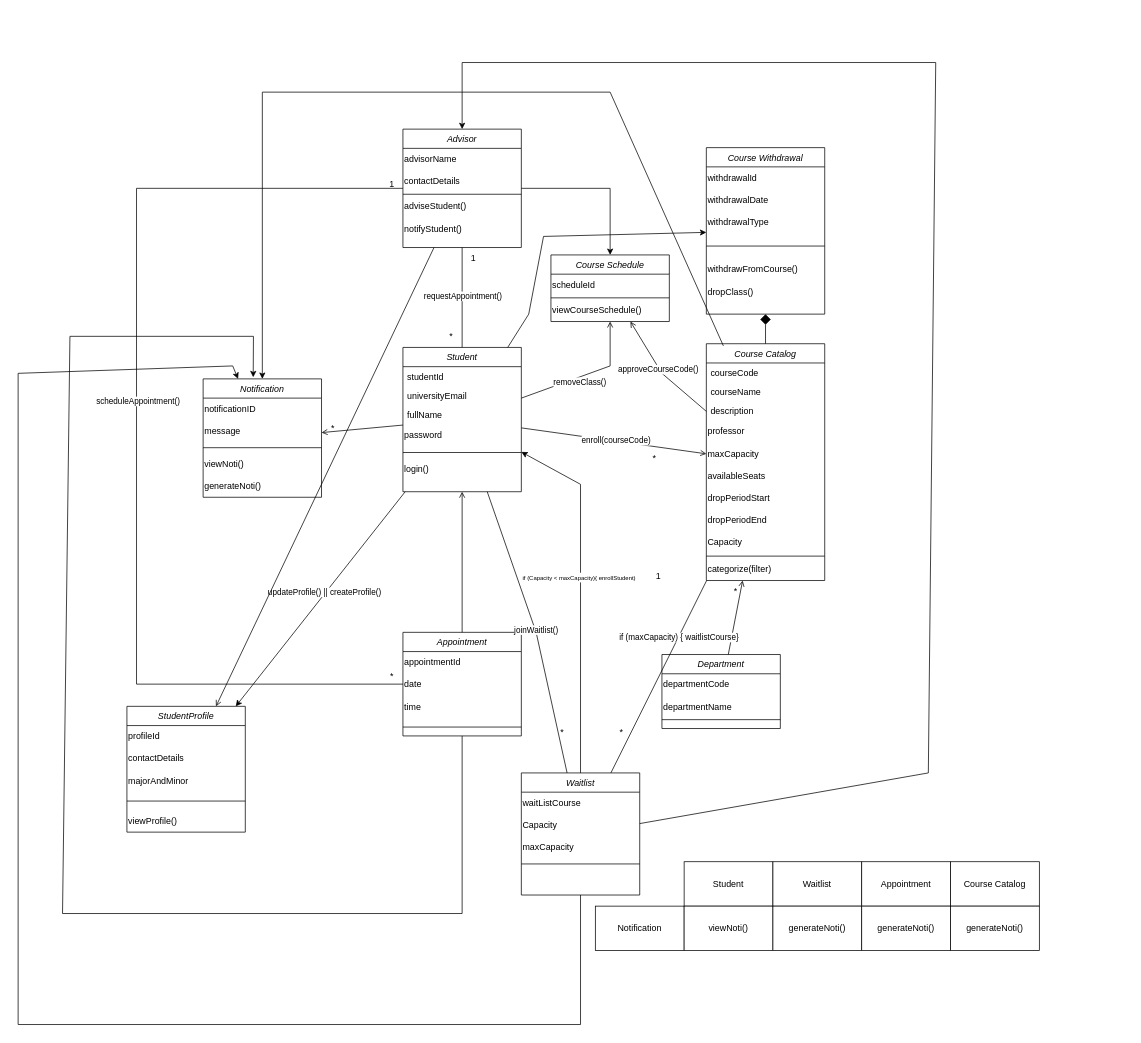
This is Assignment 1.drawio from sirfan123/1530, a draw.io file, before an edit. Source tidied: cells renumbered, new cells numbered last; positions are measured from the earlier drawing's top-left corner, leaving out a move shared by most shapes. Both pictures are drawn from the tidied source at 74%, with x=0, y=0 at pixel (18, 62).
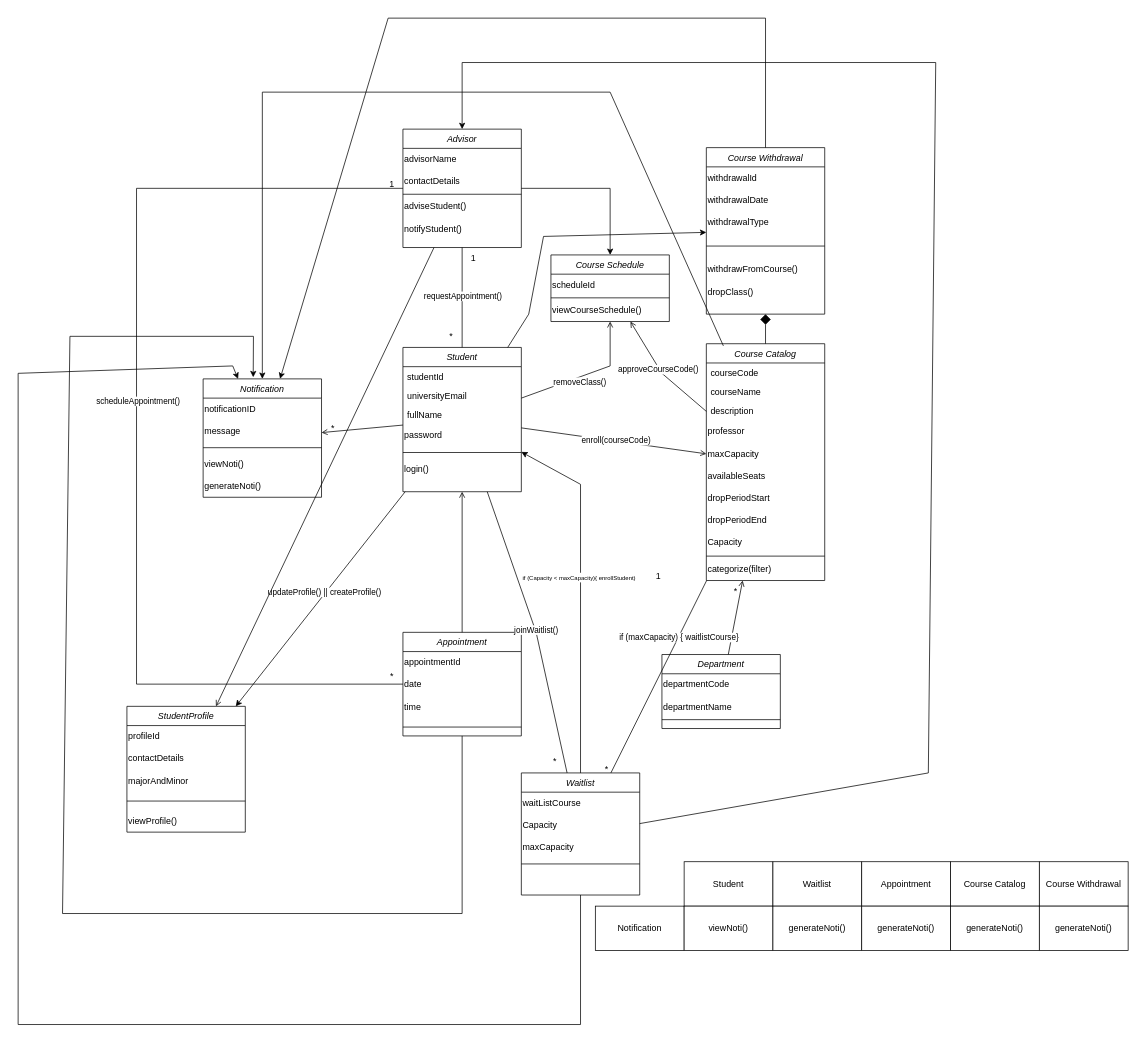
The same page after the edit.

Unchanged cells that the change refers to:
```xml
<mxCell id="45" value="Notification" style="swimlane;fontStyle=2;align=center;verticalAlign=top;horizontal=1;startSize=26;rounded=0;shadow=0;strokeWidth=1;" parent="1" vertex="1">
  <mxGeometry x="250" y="427.5" width="160" height="160" as="geometry" />
</mxCell>
<mxCell id="79" value="Course Withdrawal" style="swimlane;fontStyle=2;align=center;verticalAlign=top;horizontal=1;startSize=26;rounded=0;shadow=0;strokeWidth=1;" parent="1" vertex="1">
  <mxGeometry x="930" y="115" width="160" height="225" as="geometry" />
</mxCell>
```

The edit, as a diff of the source:
```diff
@@
-    <mxCell id="60" value="*" style="text;html=1;strokeColor=none;fillColor=none;align=center;verticalAlign=middle;whiteSpace=wrap;rounded=0;" parent="1" vertex="1">
-      <mxGeometry x="830" y="520" width="60" height="30" as="geometry" />
-    </mxCell>
@@
     <mxCell id="71" value="*" style="text;html=1;align=center;verticalAlign=middle;strokeColor=none;fillColor=none;" parent="1" vertex="1">
-      <mxGeometry x="720" y="890" width="30" height="30" as="geometry" />
+      <mxGeometry x="710" y="930" width="30" height="30" as="geometry" />
     </mxCell>
@@
     <mxCell id="94" value="*" style="text;html=1;align=center;verticalAlign=middle;strokeColor=none;fillColor=none;" parent="1" vertex="1">
-      <mxGeometry x="800" y="890" width="30" height="30" as="geometry" />
+      <mxGeometry x="780" y="940" width="30" height="30" as="geometry" />
     </mxCell>
@@
+    <mxCell id="112" style="endArrow=classic;html=1;rounded=0;" parent="1" edge="1" source="79" target="45">
+      <mxGeometry relative="1" as="geometry">
+        <Array as="points">
+          <mxPoint x="1010" y="-60" />
+          <mxPoint x="500" y="-60" />
+        </Array>
+      </mxGeometry>
+    </mxCell>
+    <mxCell id="113" value="Course Withdrawal" style="whiteSpace=wrap;html=1;" parent="1" vertex="1">
+      <mxGeometry x="1380" y="1080" width="120" height="60" as="geometry" />
+    </mxCell>
+    <mxCell id="114" value="generateNoti()" style="whiteSpace=wrap;html=1;" parent="1" vertex="1">
+      <mxGeometry x="1380" y="1140" width="120" height="60" as="geometry" />
+    </mxCell>
```
